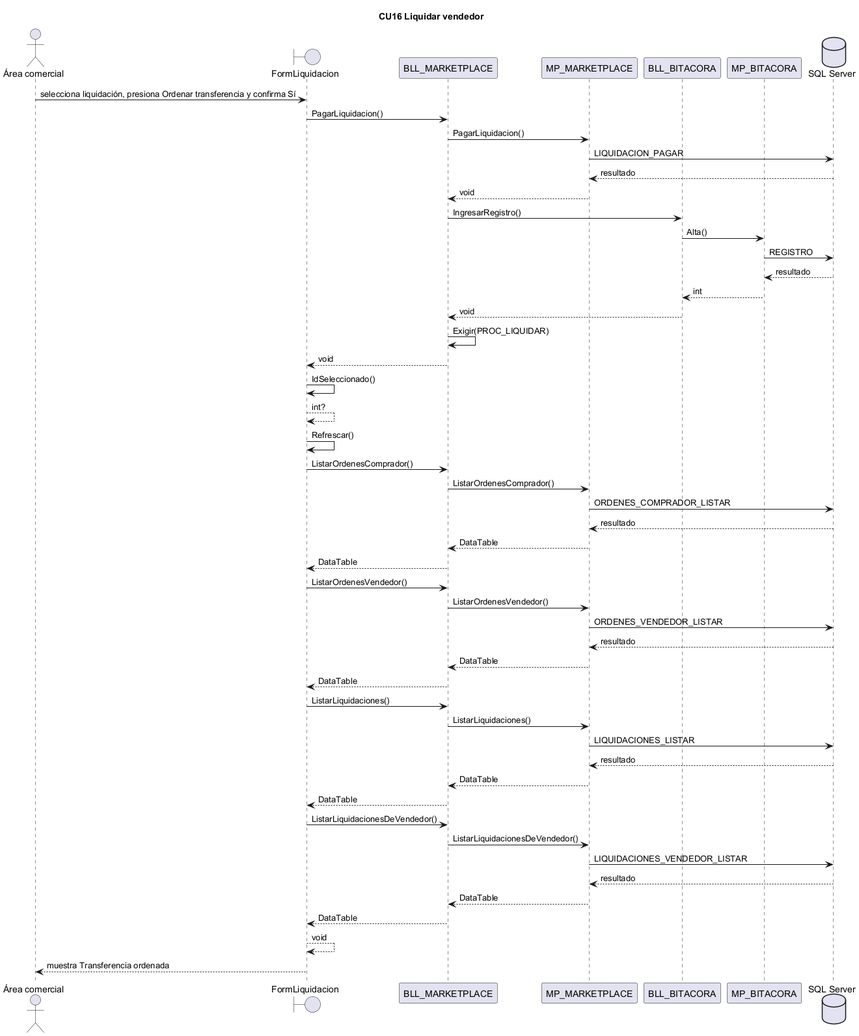
Before: docs/diagramas/secuencias_png/CU16.png, a diagram exported from PlantUML (L-Muniz/uai-diploma_2026).
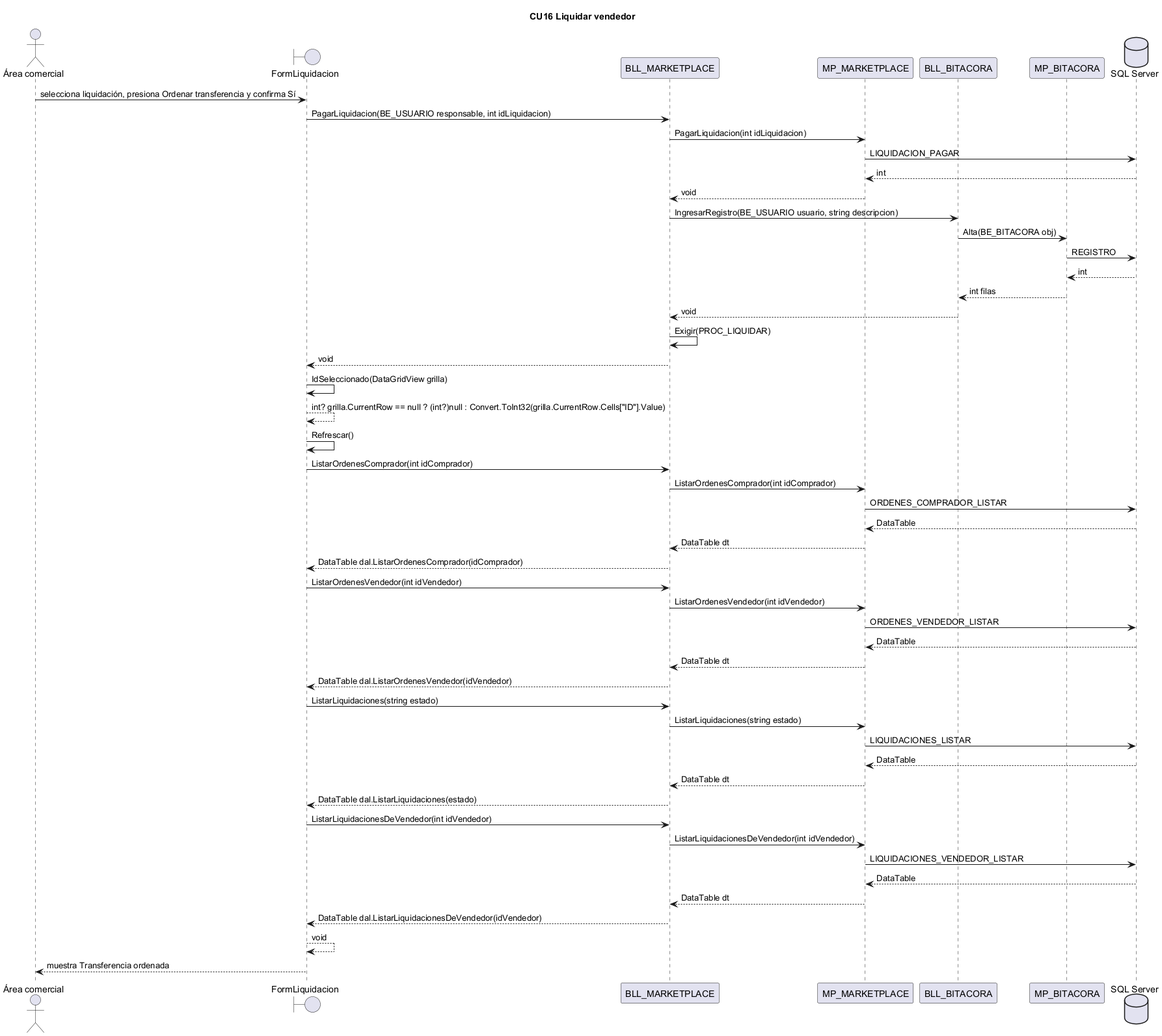
The same file after the commit.

What changed in the source:
```diff
@@ -8,46 +8,46 @@
 participant MP_BITACORA
 database "SQL Server" as BD
 ACT -> FormLiquidacion : selecciona liquidación, presiona Ordenar transferencia y confirma Sí
-FormLiquidacion -> BLL_MARKETPLACE : PagarLiquidacion()
-BLL_MARKETPLACE -> MP_MARKETPLACE : PagarLiquidacion()
+FormLiquidacion -> BLL_MARKETPLACE : PagarLiquidacion(BE_USUARIO responsable, int idLiquidacion)
+BLL_MARKETPLACE -> MP_MARKETPLACE : PagarLiquidacion(int idLiquidacion)
 MP_MARKETPLACE -> BD : LIQUIDACION_PAGAR
-BD --> MP_MARKETPLACE : resultado
+BD --> MP_MARKETPLACE : int
 MP_MARKETPLACE --> BLL_MARKETPLACE : void
-BLL_MARKETPLACE -> BLL_BITACORA : IngresarRegistro()
-BLL_BITACORA -> MP_BITACORA : Alta()
+BLL_MARKETPLACE -> BLL_BITACORA : IngresarRegistro(BE_USUARIO usuario, string descripcion)
+BLL_BITACORA -> MP_BITACORA : Alta(BE_BITACORA obj)
 MP_BITACORA -> BD : REGISTRO
-BD --> MP_BITACORA : resultado
-MP_BITACORA --> BLL_BITACORA : int
+BD --> MP_BITACORA : int
+MP_BITACORA --> BLL_BITACORA : int filas
 BLL_BITACORA --> BLL_MARKETPLACE : void
 BLL_MARKETPLACE -> BLL_MARKETPLACE : Exigir(PROC_LIQUIDAR)
 BLL_MARKETPLACE --> FormLiquidacion : void
-FormLiquidacion -> FormLiquidacion : IdSeleccionado()
-FormLiquidacion --> FormLiquidacion : int?
+FormLiquidacion -> FormLiquidacion : IdSeleccionado(DataGridView grilla)
+FormLiquidacion --> FormLiquidacion : int? grilla.CurrentRow == null ? (int?)null : Convert.ToInt32(grilla.CurrentRow.Cells["ID"].Value)
 FormLiquidacion -> FormLiquidacion : Refrescar()
-FormLiquidacion -> BLL_MARKETPLACE : ListarOrdenesComprador()
-BLL_MARKETPLACE -> MP_MARKETPLACE : ListarOrdenesComprador()
+FormLiquidacion -> BLL_MARKETPLACE : ListarOrdenesComprador(int idComprador)
+BLL_MARKETPLACE -> MP_MARKETPLACE : ListarOrdenesComprador(int idComprador)
 MP_MARKETPLACE -> BD : ORDENES_COMPRADOR_LISTAR
-BD --> MP_MARKETPLACE : resultado
-MP_MARKETPLACE --> BLL_MARKETPLACE : DataTable
-BLL_MARKETPLACE --> FormLiquidacion : DataTable
-FormLiquidacion -> BLL_MARKETPLACE : ListarOrdenesVendedor()
-BLL_MARKETPLACE -> MP_MARKETPLACE : ListarOrdenesVendedor()
+BD --> MP_MARKETPLACE : DataTable
+MP_MARKETPLACE --> BLL_MARKETPLACE : DataTable dt
+BLL_MARKETPLACE --> FormLiquidacion : DataTable dal.ListarOrdenesComprador(idComprador)
+FormLiquidacion -> BLL_MARKETPLACE : ListarOrdenesVendedor(int idVendedor)
+BLL_MARKETPLACE -> MP_MARKETPLACE : ListarOrdenesVendedor(int idVendedor)
 MP_MARKETPLACE -> BD : ORDENES_VENDEDOR_LISTAR
-BD --> MP_MARKETPLACE : resultado
-MP_MARKETPLACE --> BLL_MARKETPLACE : DataTable
-BLL_MARKETPLACE --> FormLiquidacion : DataTable
-FormLiquidacion -> BLL_MARKETPLACE : ListarLiquidaciones()
-BLL_MARKETPLACE -> MP_MARKETPLACE : ListarLiquidaciones()
+BD --> MP_MARKETPLACE : DataTable
+MP_MARKETPLACE --> BLL_MARKETPLACE : DataTable dt
+BLL_MARKETPLACE --> FormLiquidacion : DataTable dal.ListarOrdenesVendedor(idVendedor)
+FormLiquidacion -> BLL_MARKETPLACE : ListarLiquidaciones(string estado)
+BLL_MARKETPLACE -> MP_MARKETPLACE : ListarLiquidaciones(string estado)
 MP_MARKETPLACE -> BD : LIQUIDACIONES_LISTAR
-BD --> MP_MARKETPLACE : resultado
-MP_MARKETPLACE --> BLL_MARKETPLACE : DataTable
-BLL_MARKETPLACE --> FormLiquidacion : DataTable
-FormLiquidacion -> BLL_MARKETPLACE : ListarLiquidacionesDeVendedor()
-BLL_MARKETPLACE -> MP_MARKETPLACE : ListarLiquidacionesDeVendedor()
+BD --> MP_MARKETPLACE : DataTable
+MP_MARKETPLACE --> BLL_MARKETPLACE : DataTable dt
+BLL_MARKETPLACE --> FormLiquidacion : DataTable dal.ListarLiquidaciones(estado)
+FormLiquidacion -> BLL_MARKETPLACE : ListarLiquidacionesDeVendedor(int idVendedor)
+BLL_MARKETPLACE -> MP_MARKETPLACE : ListarLiquidacionesDeVendedor(int idVendedor)
 MP_MARKETPLACE -> BD : LIQUIDACIONES_VENDEDOR_LISTAR
-BD --> MP_MARKETPLACE : resultado
-MP_MARKETPLACE --> BLL_MARKETPLACE : DataTable
-BLL_MARKETPLACE --> FormLiquidacion : DataTable
+BD --> MP_MARKETPLACE : DataTable
+MP_MARKETPLACE --> BLL_MARKETPLACE : DataTable dt
+BLL_MARKETPLACE --> FormLiquidacion : DataTable dal.ListarLiquidacionesDeVendedor(idVendedor)
 FormLiquidacion --> FormLiquidacion : void
 FormLiquidacion --> ACT : muestra Transferencia ordenada
 @enduml
```
